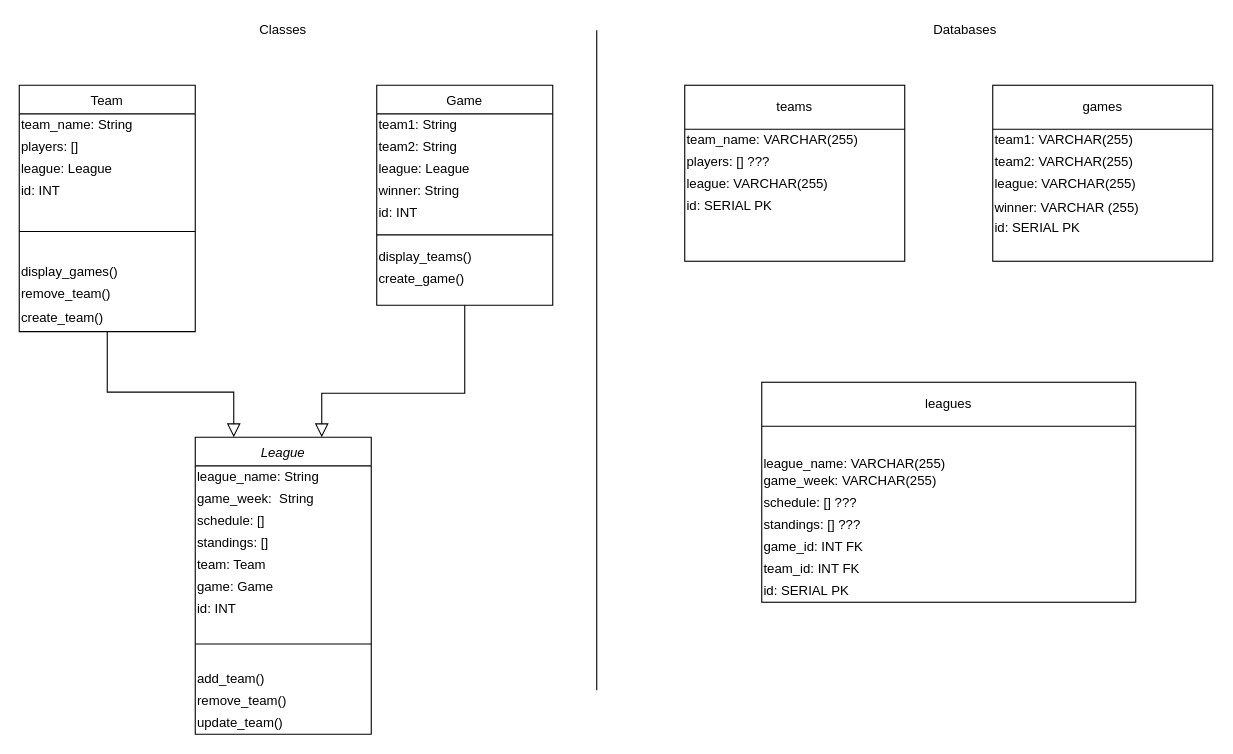
The draw.io diagram diagrams_and_templates/classes_databases_diagram.drawio in ckite82/solo_project_sports_score_app, before the edit. Source tidied: cells renumbered, new cells numbered last; positions are measured from the earlier drawing's top-left corner, leaving out a move shared by most shapes. Both pictures are drawn from the tidied source at 110%, with x=0, y=0 at pixel (19, 19).
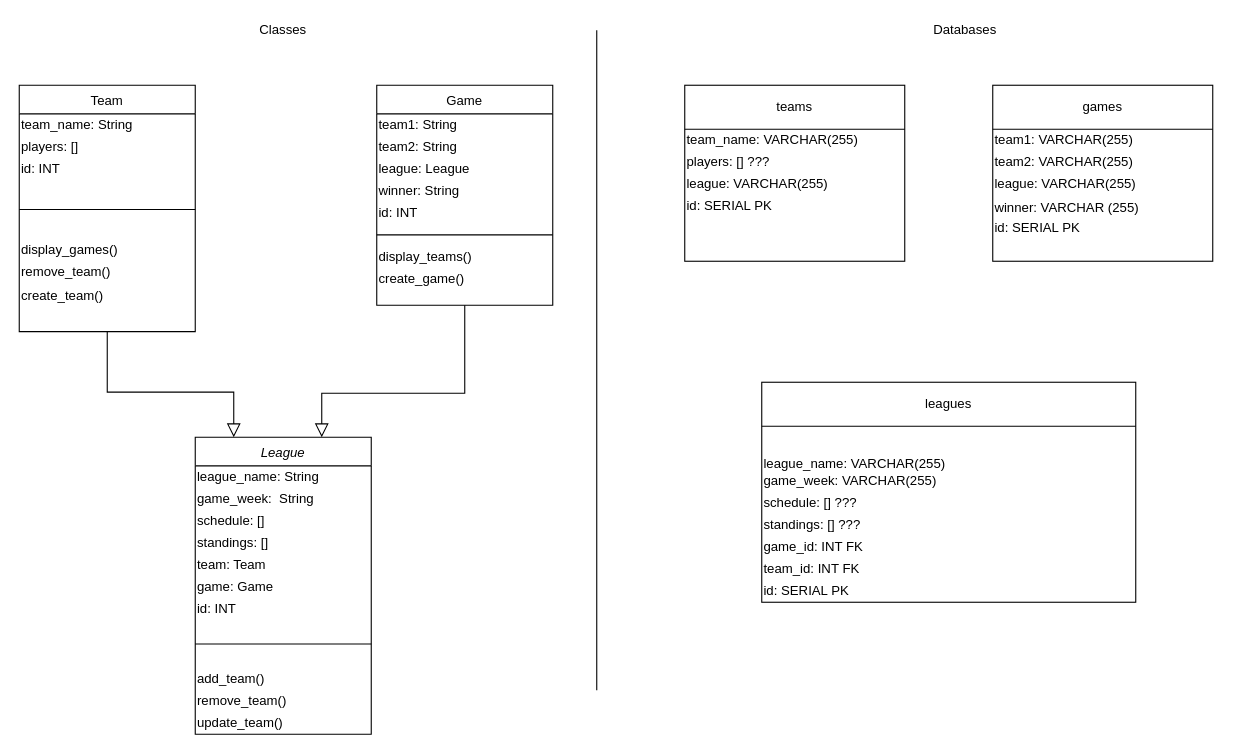
Above is the later version.

Unchanged cells that the change refers to:
```xml
<mxCell id="15" value="Team" style="swimlane;fontStyle=0;align=center;verticalAlign=top;horizontal=1;startSize=26;rounded=0;shadow=0;strokeWidth=1;" parent="1" vertex="1">
  <mxGeometry y="60" width="160" height="224" as="geometry" />
</mxCell>
```

What changed in the source:
```diff
@@
-    <mxCell id="18" value="league: League" style="text;html=1;strokeColor=none;fillColor=none;align=left;verticalAlign=middle;whiteSpace=wrap;rounded=0;" parent="15" vertex="1">
-      <mxGeometry y="66" width="160" height="20" as="geometry" />
-    </mxCell>
     <mxCell id="19" value="id: INT" style="text;html=1;strokeColor=none;fillColor=none;align=left;verticalAlign=middle;whiteSpace=wrap;rounded=0;" parent="15" vertex="1">
-      <mxGeometry y="86" width="160" height="20" as="geometry" />
+      <mxGeometry y="66" width="160" height="20" as="geometry" />
     </mxCell>
     <mxCell id="20" style="line;html=1;strokeWidth=1;align=left;verticalAlign=middle;spacingTop=-1;spacingLeft=3;spacingRight=3;labelPosition=right;" parent="15" vertex="1">
-      <mxGeometry y="106" width="160" height="54" as="geometry" />
+      <mxGeometry y="86" width="160" height="54" as="geometry" />
     </mxCell>
     <mxCell id="21" value="display_games()" style="text;html=1;strokeColor=none;fillColor=none;align=left;verticalAlign=middle;whiteSpace=wrap;rounded=0;" parent="15" vertex="1">
-      <mxGeometry y="160" width="160" height="20" as="geometry" />
+      <mxGeometry y="140" width="160" height="20" as="geometry" />
     </mxCell>
     <mxCell id="22" value="remove_team()" style="text;html=1;strokeColor=none;fillColor=none;align=left;verticalAlign=middle;whiteSpace=wrap;rounded=0;" parent="15" vertex="1">
-      <mxGeometry y="180" width="160" height="20" as="geometry" />
+      <mxGeometry y="160" width="160" height="20" as="geometry" />
     </mxCell>
     <mxCell id="23" value="create_team()" style="text;html=1;strokeColor=none;fillColor=none;align=left;verticalAlign=middle;whiteSpace=wrap;rounded=0;" parent="15" vertex="1">
-      <mxGeometry y="200" width="160" height="24" as="geometry" />
+      <mxGeometry y="180" width="160" height="24" as="geometry" />
     </mxCell>
```
